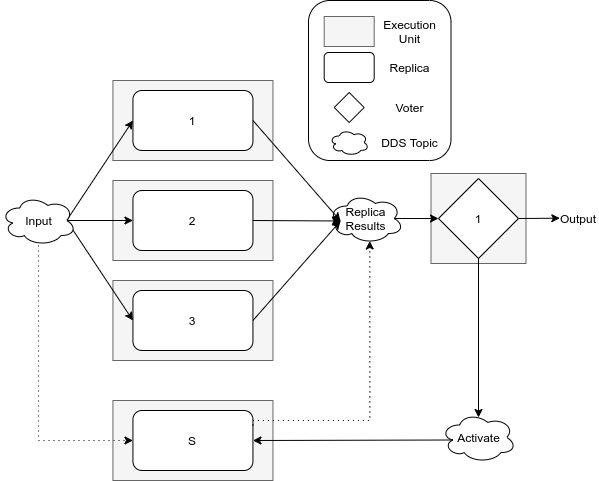
Boffmann/masterThesis keeps this draw.io diagram as images/TMRWithSparesDDS.png. Above is the earlier version. Source tidied: cells renumbered, new cells last; positions are measured from the earlier drawing's top-left corner, leaving out a move shared by most shapes.
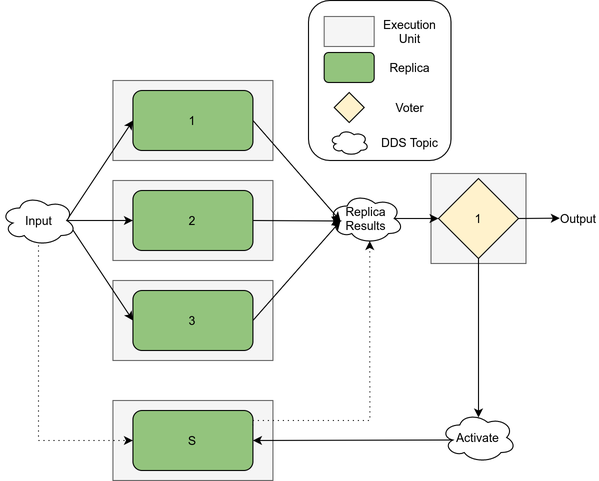
The same file after the commit.

What changed in the source:
```diff
@@ -11,13 +11,13 @@
     <mxCell id="4" style="rounded=0;whiteSpace=wrap;html=1;fillColor=#f5f5f5;strokeColor=#666666;fontColor=#333333;" parent="1" vertex="1">
       <mxGeometry x="112.4" y="80" width="160" height="80" as="geometry" />
     </mxCell>
-    <mxCell id="5" value="1" style="rounded=1;whiteSpace=wrap;html=1;" parent="1" vertex="1">
+    <mxCell id="5" value="1" style="rounded=1;whiteSpace=wrap;html=1;fillColor=#93C47D;" parent="1" vertex="1">
       <mxGeometry x="132.4" y="90" width="120" height="60" as="geometry" />
     </mxCell>
-    <mxCell id="6" value="2" style="rounded=1;whiteSpace=wrap;html=1;" parent="1" vertex="1">
+    <mxCell id="6" value="2" style="rounded=1;whiteSpace=wrap;html=1;fillColor=#93C47D;" parent="1" vertex="1">
       <mxGeometry x="132.4" y="190" width="120" height="60" as="geometry" />
     </mxCell>
-    <mxCell id="7" value="1" style="rhombus;whiteSpace=wrap;html=1;" parent="1" vertex="1">
+    <mxCell id="7" value="1" style="rhombus;whiteSpace=wrap;html=1;fillColor=#FFF2CC;" parent="1" vertex="1">
       <mxGeometry x="438" y="178" width="80" height="80" as="geometry" />
     </mxCell>
     <mxCell id="8" style="endArrow=classic;html=1;exitX=0.875;exitY=0.5;exitDx=0;exitDy=0;entryX=0;entryY=0.5;entryDx=0;entryDy=0;exitPerimeter=0;" parent="1" edge="1" source="21" target="5">
@@ -32,7 +32,7 @@
     <mxCell id="11" style="rounded=0;whiteSpace=wrap;html=1;fillColor=#f5f5f5;strokeColor=#666666;fontColor=#333333;" parent="1" vertex="1">
       <mxGeometry x="112.4" y="280" width="160" height="80" as="geometry" />
     </mxCell>
-    <mxCell id="12" value="3" style="rounded=1;whiteSpace=wrap;html=1;" parent="1" vertex="1">
+    <mxCell id="12" value="3" style="rounded=1;whiteSpace=wrap;html=1;fillColor=#93C47D;" parent="1" vertex="1">
       <mxGeometry x="132.4" y="290" width="120" height="60" as="geometry" />
     </mxCell>
     <mxCell id="13" style="endArrow=classic;html=1;exitX=0.875;exitY=0.5;exitDx=0;exitDy=0;entryX=0;entryY=0.5;entryDx=0;entryDy=0;exitPerimeter=0;" parent="1" edge="1" source="21" target="12">
@@ -47,13 +47,13 @@
     <mxCell id="16" value="Execution&lt;br&gt;Unit" style="text;html=1;align=center;verticalAlign=middle;" parent="1" vertex="1">
       <mxGeometry x="373.7" y="16" width="70" height="30" as="geometry" />
     </mxCell>
-    <mxCell id="17" style="rounded=1;whiteSpace=wrap;html=1;" parent="1" vertex="1">
+    <mxCell id="17" style="rounded=1;whiteSpace=wrap;html=1;fillColor=#93C47D;" parent="1" vertex="1">
       <mxGeometry x="323.7" y="52" width="50" height="30" as="geometry" />
     </mxCell>
     <mxCell id="18" value="Replica" style="text;html=1;align=center;verticalAlign=middle;" parent="1" vertex="1">
       <mxGeometry x="378.7" y="57" width="60" height="20" as="geometry" />
     </mxCell>
-    <mxCell id="19" style="rhombus;whiteSpace=wrap;html=1;" parent="1" vertex="1">
+    <mxCell id="19" style="rhombus;whiteSpace=wrap;html=1;fillColor=#FFF2CC;" parent="1" vertex="1">
       <mxGeometry x="333.7" y="92" width="30" height="30" as="geometry" />
     </mxCell>
     <mxCell id="20" value="Voter" style="text;html=1;align=center;verticalAlign=middle;" parent="1" vertex="1">
@@ -89,7 +89,7 @@
     <mxCell id="30" style="rounded=0;whiteSpace=wrap;html=1;fillColor=#f5f5f5;strokeColor=#666666;fontColor=#333333;" parent="1" vertex="1">
       <mxGeometry x="112.4" y="400" width="160" height="80" as="geometry" />
     </mxCell>
-    <mxCell id="31" value="S" style="rounded=1;whiteSpace=wrap;html=1;" parent="1" vertex="1">
+    <mxCell id="31" value="S" style="rounded=1;whiteSpace=wrap;html=1;fillColor=#93C47D;" parent="1" vertex="1">
       <mxGeometry x="132.4" y="410" width="120" height="60" as="geometry" />
     </mxCell>
     <mxCell id="32" style="edgeStyle=orthogonalEdgeStyle;rounded=0;jettySize=auto;html=1;entryX=0;entryY=0.5;entryDx=0;entryDy=0;dashed=1;dashPattern=1 4;" parent="1" edge="1" source="21" target="31">
```
